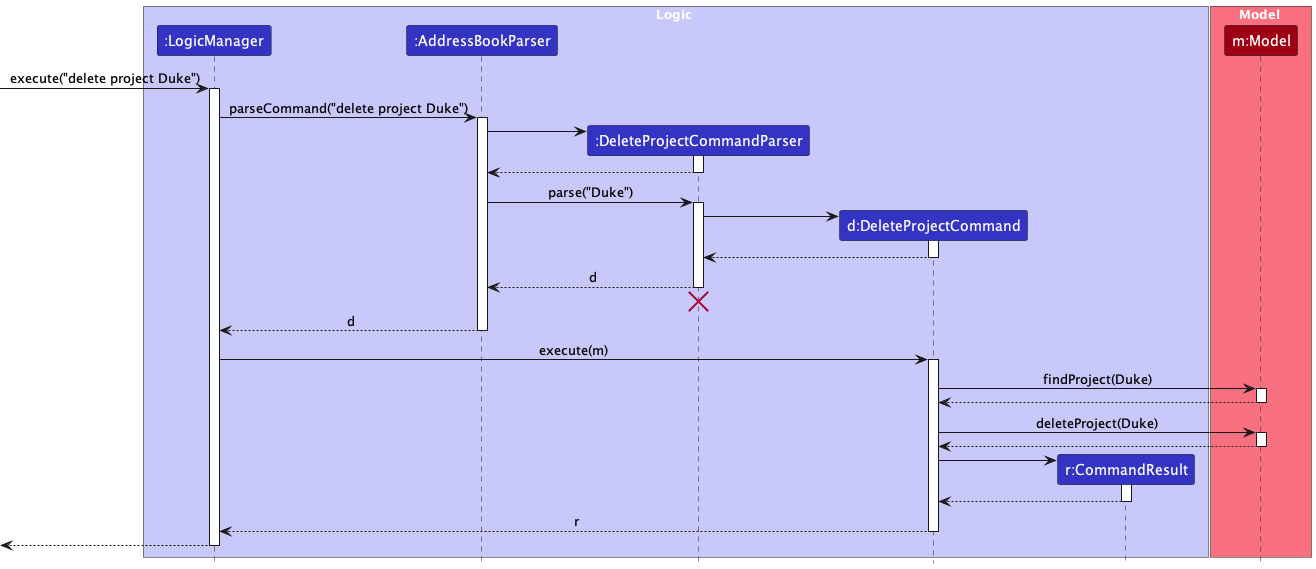
The PlantUML diagram docs/images/DeleteProjectSequenceDiagram.png in AY2324S2-CS2103T-W08-4/tp, before a commit.
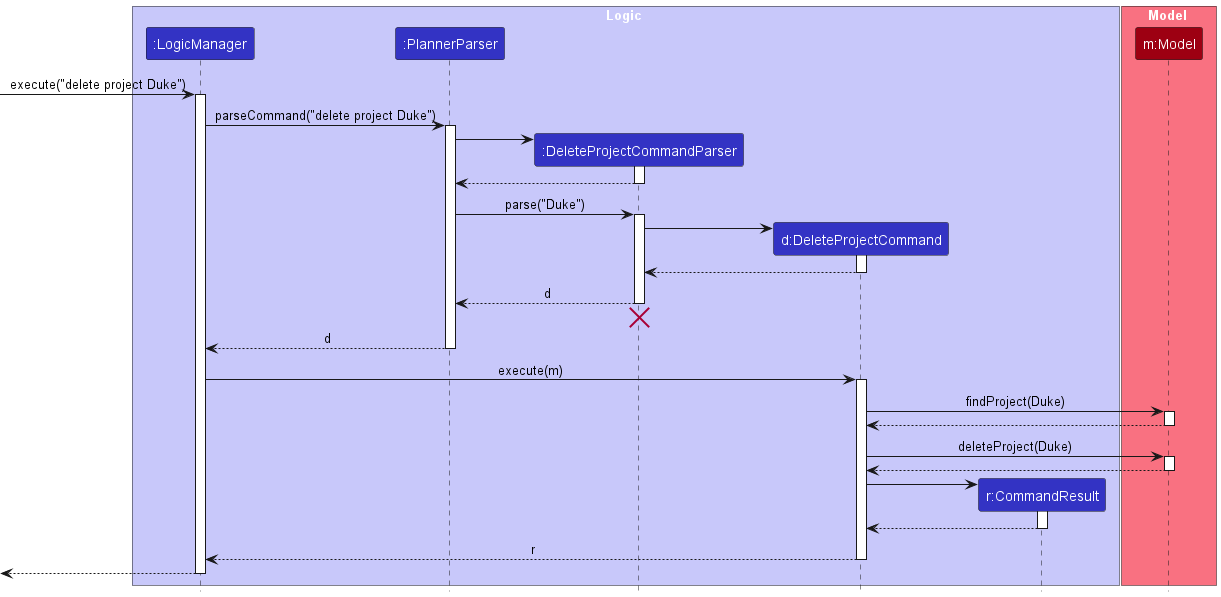
Above is the later version.

The edit, as a diff of the source:
```diff
@@ -4,7 +4,7 @@
 
 box Logic LOGIC_COLOR_T1
 participant ":LogicManager" as LogicManager LOGIC_COLOR
-participant ":AddressBookParser" as AddressBookParser LOGIC_COLOR
+participant ":PlannerParser" as PlannerParser LOGIC_COLOR
 participant ":DeleteProjectCommandParser" as DeleteProjectCommandParser LOGIC_COLOR
 participant "d:DeleteProjectCommand" as DeleteProjectCommand LOGIC_COLOR
 participant "r:CommandResult" as CommandResult LOGIC_COLOR
@@ -17,17 +17,17 @@
 [-> LogicManager : execute("delete project Duke")
 activate LogicManager
 
-LogicManager -> AddressBookParser : parseCommand("delete project Duke")
-activate AddressBookParser
+LogicManager -> PlannerParser : parseCommand("delete project Duke")
+activate PlannerParser
 
 create DeleteProjectCommandParser
-AddressBookParser -> DeleteProjectCommandParser
+PlannerParser -> DeleteProjectCommandParser
 activate DeleteProjectCommandParser
 
-DeleteProjectCommandParser --> AddressBookParser
+DeleteProjectCommandParser --> PlannerParser
 deactivate DeleteProjectCommandParser
 
-AddressBookParser -> DeleteProjectCommandParser : parse("Duke")
+PlannerParser -> DeleteProjectCommandParser : parse("Duke")
 activate DeleteProjectCommandParser
 
 create DeleteProjectCommand
@@ -37,13 +37,13 @@
 DeleteProjectCommand --> DeleteProjectCommandParser :
 deactivate DeleteProjectCommand
 
-DeleteProjectCommandParser --> AddressBookParser : d
+DeleteProjectCommandParser --> PlannerParser : d
 deactivate DeleteProjectCommandParser
-DeleteProjectCommandParser -[hidden]-> AddressBookParser
+DeleteProjectCommandParser -[hidden]-> PlannerParser
 destroy DeleteProjectCommandParser
 
-AddressBookParser --> LogicManager : d
-deactivate AddressBookParser
+PlannerParser --> LogicManager : d
+deactivate PlannerParser
 
 LogicManager -> DeleteProjectCommand : execute(m)
 activate DeleteProjectCommand
```
